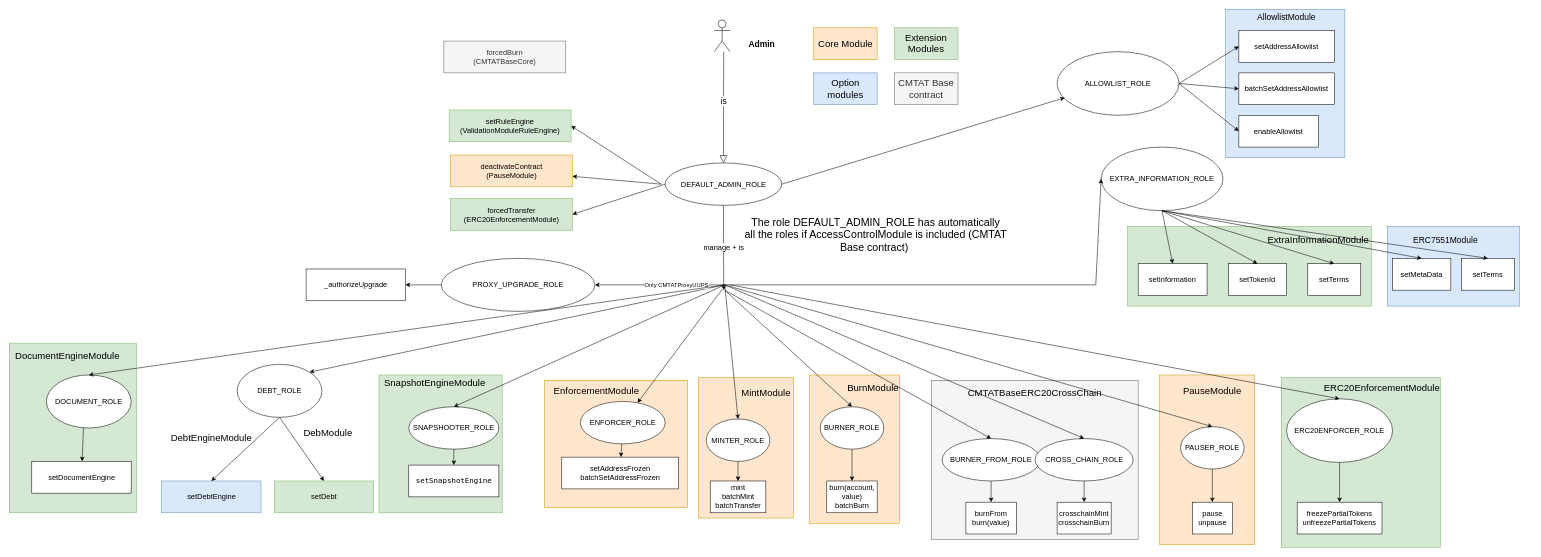
Before: page "RBAC" (1 of 3) of doc/schema/accessControl/RBAC-diagram.drawio in CMTA/CMTAT, a draw.io diagram. Source tidied: cells renumbered, new cells numbered last; positions are measured from the earlier drawing's top-left corner, leaving out a move shared by most shapes. Both pictures are drawn from the tidied source at 53%, with x=0, y=0 at pixel (9, 9).
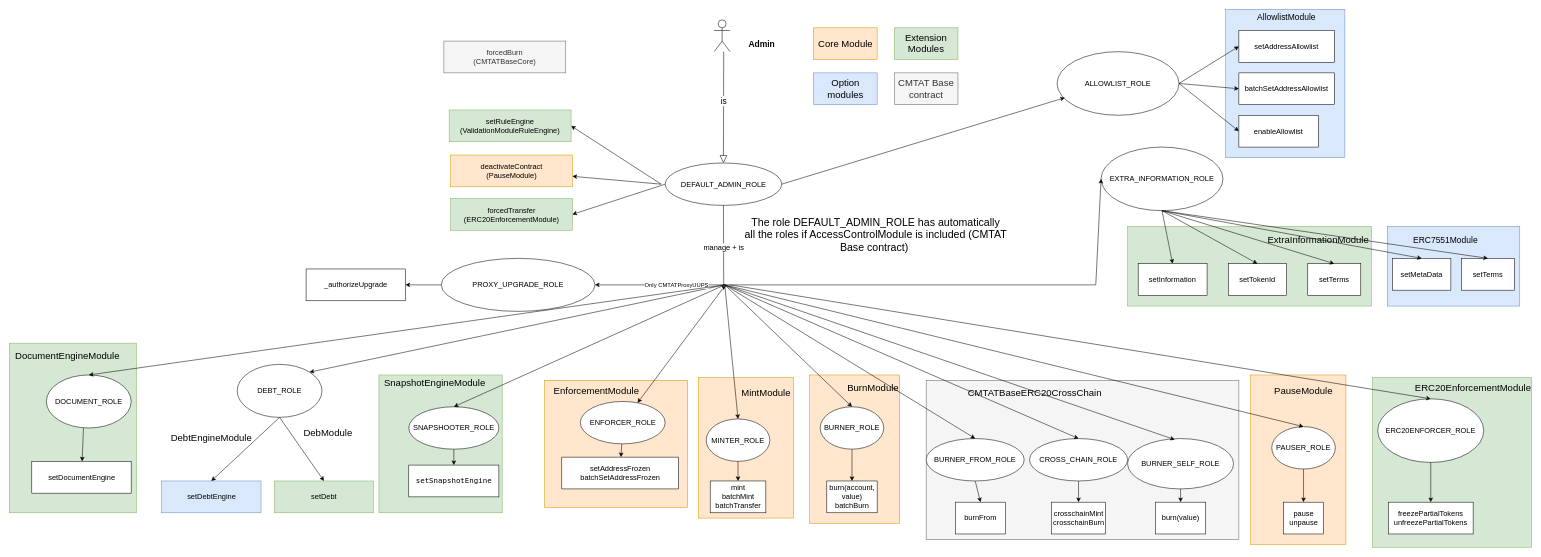
The same page after the edit.

The change refers to these unchanged cells:
```xml
<mxCell id="20" value="&lt;span style=&quot;font-size: 14px;&quot;&gt;BURNER_ROLE&lt;/span&gt;" style="ellipse;whiteSpace=wrap;html=1;fontSize=14;fontColor=#000000;" parent="1" vertex="1">
  <mxGeometry x="1530" y="750" width="120" height="80" as="geometry" />
</mxCell>
```

The edit, as a diff of the source:
```diff
@@
     <mxCell id="3" style="rounded=0;whiteSpace=wrap;html=1;fontSize=14;fillColor=#ffe6cc;strokeColor=#d79b00;" parent="1" vertex="1">
-      <mxGeometry x="2170" y="690" width="180" height="320" as="geometry" />
+      <mxGeometry x="2342" y="690" width="180" height="320" as="geometry" />
     </mxCell>
     <mxCell id="4" style="rounded=0;whiteSpace=wrap;html=1;fontSize=14;fillColor=#f5f5f5;strokeColor=#666666;fontColor=#333333;" parent="1" vertex="1">
-      <mxGeometry x="1740" y="700" width="390" height="300" as="geometry" />
+      <mxGeometry x="1730" y="700" width="590" height="300" as="geometry" />
     </mxCell>
@@
     <mxCell id="14" value="pause&lt;br&gt;unpause" style="rounded=0;whiteSpace=wrap;html=1;fontSize=14;fontColor=#000000;" parent="1" vertex="1">
-      <mxGeometry x="2232.5" y="930" width="75" height="60" as="geometry" />
+      <mxGeometry x="2404.5" y="930" width="75" height="60" as="geometry" />
     </mxCell>
@@
     <mxCell id="19" value="&lt;span style=&quot;font-size: 14px;&quot;&gt;PAUSER_ROLE&lt;/span&gt;" style="ellipse;whiteSpace=wrap;html=1;fontSize=14;fontColor=#000000;" parent="1" vertex="1">
-      <mxGeometry x="2210" y="787.5" width="120" height="80" as="geometry" />
+      <mxGeometry x="2382" y="787.5" width="120" height="80" as="geometry" />
     </mxCell>
@@
     <mxCell id="36" style="endArrow=classic;html=1;rounded=0;fontSize=14;fontColor=#000000;entryX=0.5;entryY=0;entryDx=0;entryDy=0;" parent="1" edge="1" target="20">
       <mxGeometry x="-0.15" y="-43" relative="1" as="geometry">
-        <mxPoint x="1350" y="530" as="sourcePoint" />
+        <mxPoint x="1350" y="520" as="sourcePoint" />
       </mxGeometry>
     </mxCell>
@@
     <mxCell id="39" value="&lt;span style=&quot;font-size: 14px;&quot;&gt;BURNER_FROM_ROLE&lt;/span&gt;" style="ellipse;whiteSpace=wrap;html=1;fontSize=14;fontColor=#000000;" parent="1" vertex="1">
-      <mxGeometry x="1760" y="810" width="185" height="80" as="geometry" />
+      <mxGeometry x="1730" y="810" width="185" height="80" as="geometry" />
     </mxCell>
     <mxCell id="40" style="endArrow=classic;html=1;rounded=0;entryX=0.5;entryY=0;entryDx=0;entryDy=0;" parent="1" edge="1" target="39">
       <mxGeometry relative="1" as="geometry">
-        <mxPoint x="1350" y="530" as="sourcePoint" />
+        <mxPoint x="1350" y="520" as="sourcePoint" />
       </mxGeometry>
     </mxCell>
-    <mxCell id="41" value="burnFrom&lt;br&gt;burn(value)" style="rounded=0;whiteSpace=wrap;html=1;fontSize=14;fontColor=#000000;" parent="1" vertex="1">
-      <mxGeometry x="1805" y="930" width="95" height="60" as="geometry" />
+    <mxCell id="41" value="burnFrom" style="rounded=0;whiteSpace=wrap;html=1;fontSize=14;fontColor=#000000;" parent="1" vertex="1">
+      <mxGeometry x="1785" y="930" width="95" height="60" as="geometry" />
     </mxCell>
@@
     <mxCell id="64" value="&lt;span style=&quot;font-size: 14px;&quot;&gt;CROSS_CHAIN_ROLE&lt;/span&gt;" style="ellipse;whiteSpace=wrap;html=1;fontSize=14;fontColor=#000000;" parent="1" vertex="1">
-      <mxGeometry x="1935.5" y="810" width="185" height="80" as="geometry" />
+      <mxGeometry x="1925" y="810" width="185" height="80" as="geometry" />
     </mxCell>
     <mxCell id="65" value="crosschainMint&lt;br&gt;crosschainBurn" style="rounded=0;whiteSpace=wrap;html=1;fontSize=14;fontColor=#000000;" parent="1" vertex="1">
-      <mxGeometry x="1977" y="930" width="102" height="60" as="geometry" />
+      <mxGeometry x="1966.5" y="930" width="102" height="60" as="geometry" />
     </mxCell>
@@
     <mxCell id="68" value="PauseModule" style="text;html=1;strokeColor=none;fillColor=none;align=center;verticalAlign=middle;whiteSpace=wrap;rounded=0;fontSize=18;" parent="1" vertex="1">
-      <mxGeometry x="2240" y="705" width="60" height="30" as="geometry" />
+      <mxGeometry x="2412" y="705" width="60" height="30" as="geometry" />
     </mxCell>
@@
     <mxCell id="75" style="rounded=0;whiteSpace=wrap;html=1;fontSize=14;fillColor=#d5e8d4;strokeColor=#82b366;" parent="1" vertex="1">
-      <mxGeometry x="2400" y="695" width="300" height="320" as="geometry" />
+      <mxGeometry x="2572" y="695" width="300" height="320" as="geometry" />
     </mxCell>
     <mxCell id="76" value="freezePartialTokens&lt;br&gt;unfreezePartialTokens" style="rounded=0;whiteSpace=wrap;html=1;fontSize=14;fontColor=#000000;" parent="1" vertex="1">
-      <mxGeometry x="2430" y="930" width="160" height="60" as="geometry" />
+      <mxGeometry x="2602" y="930" width="160" height="60" as="geometry" />
     </mxCell>
     <mxCell id="77" value="&lt;span style=&quot;font-size: 14px;&quot;&gt;ERC20ENFORCER_ROLE&lt;/span&gt;" style="ellipse;whiteSpace=wrap;html=1;fontSize=14;fontColor=#000000;" parent="1" vertex="1">
-      <mxGeometry x="2410" y="735" width="200" height="120" as="geometry" />
+      <mxGeometry x="2582" y="735" width="200" height="120" as="geometry" />
     </mxCell>
@@
     <mxCell id="80" value="ERC20EnforcementModule" style="text;html=1;strokeColor=none;fillColor=none;align=center;verticalAlign=middle;whiteSpace=wrap;rounded=0;fontSize=18;" parent="1" vertex="1">
-      <mxGeometry x="2560" y="700" width="60" height="30" as="geometry" />
+      <mxGeometry x="2732" y="700" width="60" height="30" as="geometry" />
     </mxCell>
@@
+    <mxCell id="110" value="&lt;span style=&quot;font-size: 14px;&quot;&gt;BURNER_SELF_ROLE&lt;/span&gt;" style="ellipse;whiteSpace=wrap;html=1;fontSize=14;fontColor=#000000;" parent="1" vertex="1">
+      <mxGeometry x="2110" y="810" width="200" height="95" as="geometry" />
+    </mxCell>
+    <mxCell id="111" style="endArrow=classic;html=1;rounded=0;fontSize=18;entryX=0.445;entryY=0.021;entryDx=0;entryDy=0;entryPerimeter=0;" parent="1" edge="1" target="110">
+      <mxGeometry relative="1" as="geometry">
+        <mxPoint x="1350" y="520" as="sourcePoint" />
+      </mxGeometry>
+    </mxCell>
+    <mxCell id="112" value="burn(value)" style="rounded=0;whiteSpace=wrap;html=1;fontSize=14;fontColor=#000000;" parent="1" vertex="1">
+      <mxGeometry x="2162.5" y="930" width="95" height="60" as="geometry" />
+    </mxCell>
+    <mxCell id="113" style="endArrow=classic;html=1;rounded=0;exitX=0.5;exitY=1;exitDx=0;exitDy=0;" parent="1" edge="1" source="110" target="112">
+      <mxGeometry relative="1" as="geometry" />
+    </mxCell>
```
